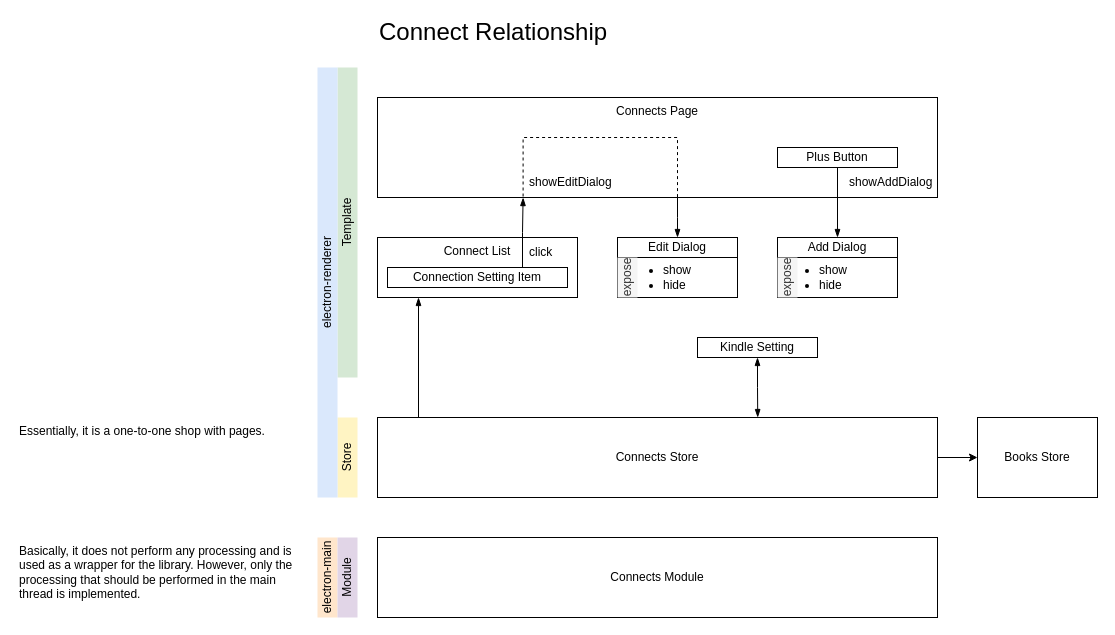
The draw.io diagram doc/design/ConnectsPage.drawio in sway11466/bookrium, before the edit. Source tidied: cells renumbered, new cells numbered last; positions are measured from the earlier drawing's top-left corner, leaving out a move shared by most shapes. Both pictures are drawn from the tidied source at 100%, with x=0, y=0 at pixel (17, 17).
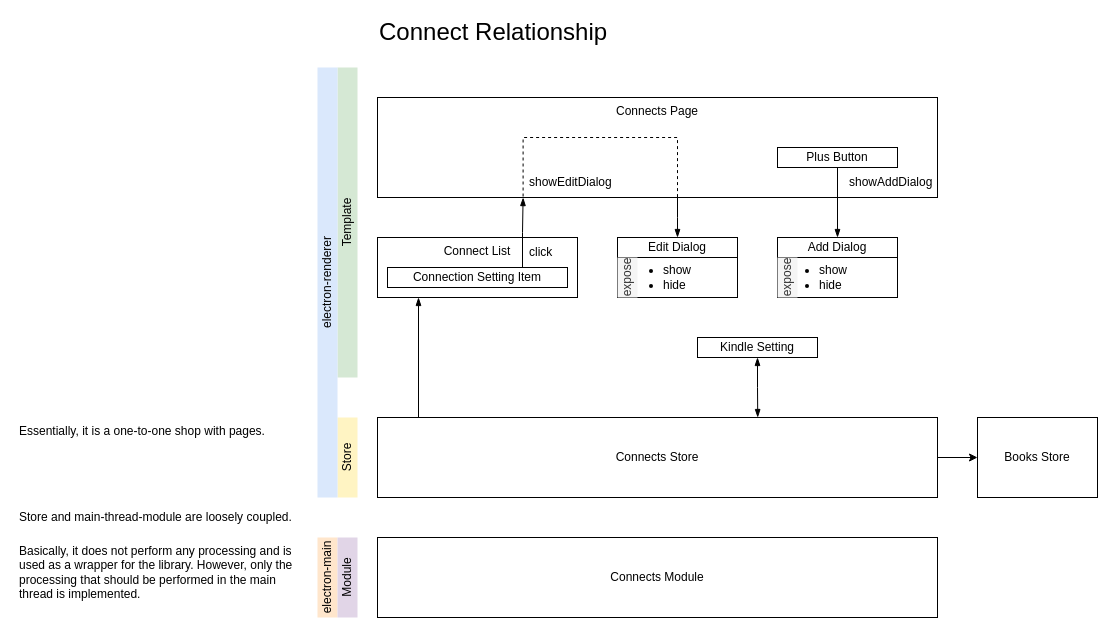
The same diagram, later.

Change to the diagram source:
```diff
@@
+    <mxCell id="35" value="Store and main-thread-module are loosely coupled." style="text;whiteSpace=wrap;html=1;verticalAlign=middle;" parent="1" vertex="1">
+      <mxGeometry y="480" width="280" height="40" as="geometry" />
+    </mxCell>
```
